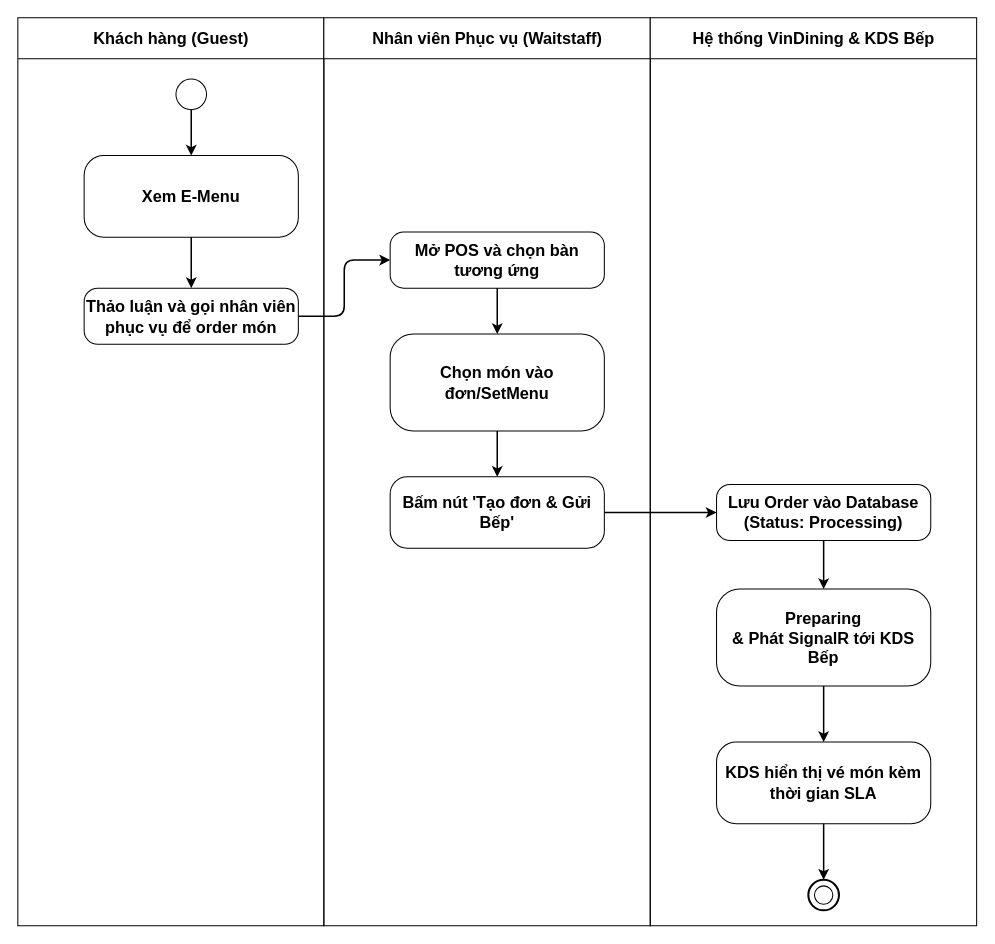
The draw.io diagram docs/phase1/drawio/ad02_waitstaff_ordering.drawio in AndrewQng/VinDining, before the edit. Source tidied: cells renumbered, new cells numbered last; positions are measured from the earlier drawing's top-left corner, leaving out a move shared by most shapes. Both pictures are drawn from the tidied source at 102%, with x=0, y=0 at pixel (17, 17).
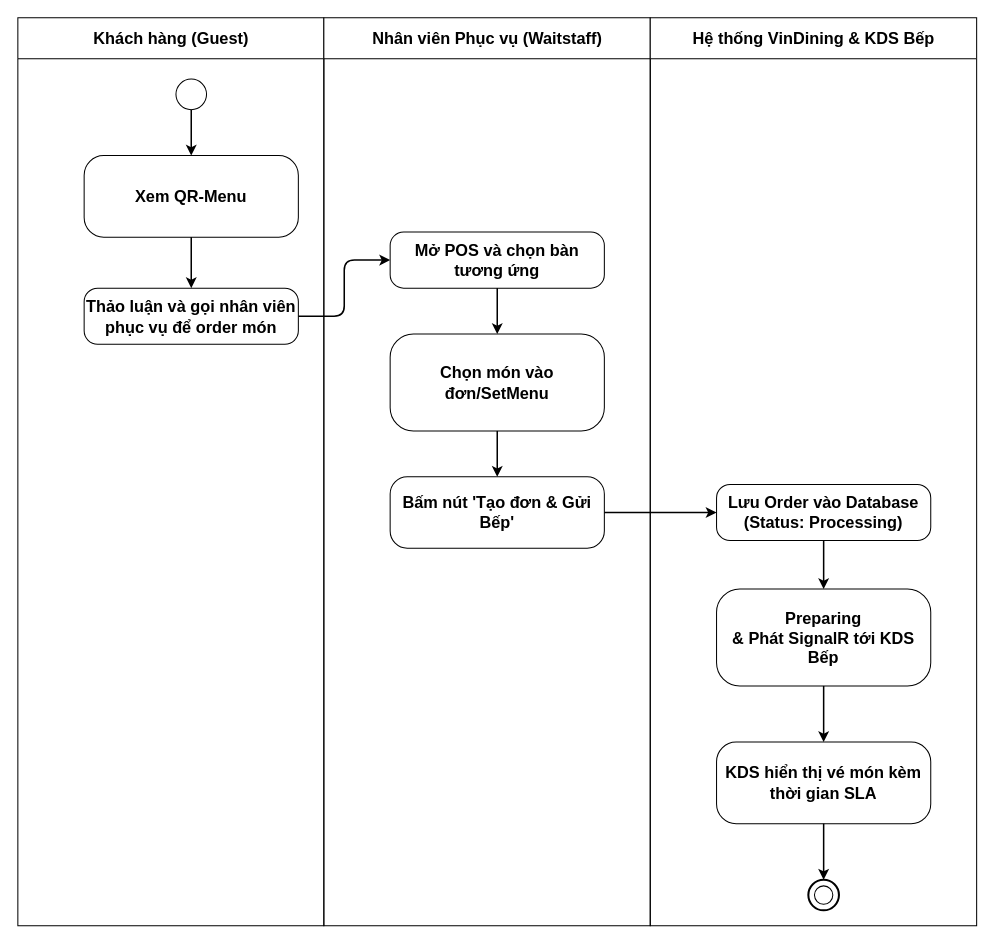
After the change.

Unchanged cells that the change refers to:
```xml
<mxCell id="2" value="Khách hàng (Guest)" style="swimlane;html=1;startSize=40;horizontal=1;fontStyle=1;fontSize=16;align=center;verticalAlign=middle;swimlaneLine=1;" parent="1" vertex="1">
  <mxGeometry width="300" height="890" as="geometry" />
</mxCell>
```

The edit, as a diff of the source:
```diff
@@
-    <mxCell id="4" value="Xem E-Menu" style="rounded=1;arcSize=24;whiteSpace=wrap;html=1;fontStyle=1;fontSize=16;align=center;verticalAlign=middle;" parent="2" vertex="1">
+    <mxCell id="4" value="Xem QR-Menu" style="rounded=1;arcSize=24;whiteSpace=wrap;html=1;fontStyle=1;fontSize=16;align=center;verticalAlign=middle;" parent="2" vertex="1">
       <mxGeometry x="65" y="135" width="210" height="80" as="geometry" />
     </mxCell>
```
